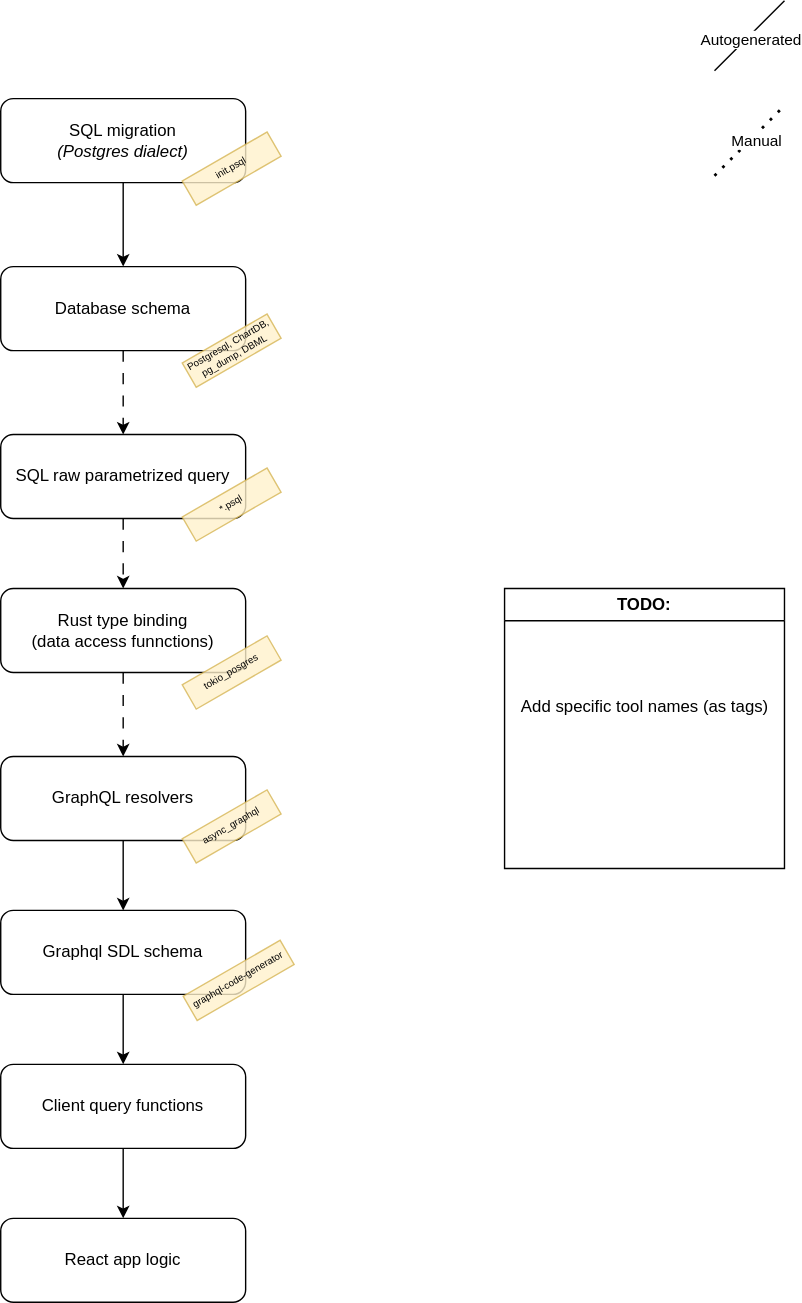
Above: docs/api-development-flow.drawio.svg in szn-app/donation-app (draw.io), before the change. Source tidied: cells renumbered, new cells last; positions are measured from the earlier drawing's top-left corner, leaving out a move shared by most shapes.
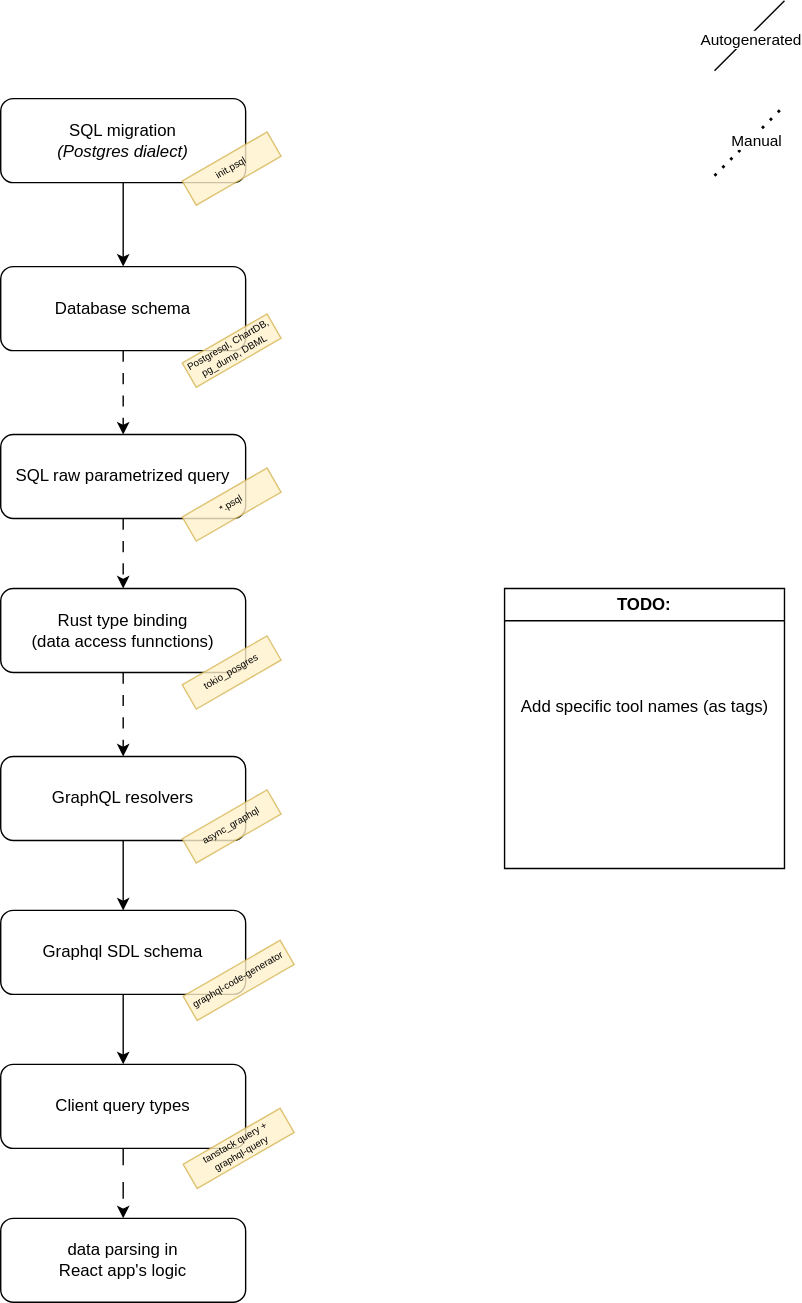
The same diagram one commit later.

Diff of the diagram source:
```diff
@@ -38,13 +38,13 @@
     <mxCell id="13" value="Graphql SDL schema" style="rounded=1;whiteSpace=wrap;html=1;" parent="1" vertex="1">
       <mxGeometry y="650" width="175" height="60" as="geometry" />
     </mxCell>
-    <mxCell id="14" style="edgeStyle=none;html=1;entryX=0.5;entryY=0;entryDx=0;entryDy=0;" parent="1" edge="1" source="15" target="16">
+    <mxCell id="14" style="edgeStyle=none;html=1;entryX=0.5;entryY=0;entryDx=0;entryDy=0;dashed=1;dashPattern=12 12;" parent="1" edge="1" source="15" target="16">
       <mxGeometry relative="1" as="geometry" />
     </mxCell>
-    <mxCell id="15" value="Client query functions" style="rounded=1;whiteSpace=wrap;html=1;" parent="1" vertex="1">
+    <mxCell id="15" value="Client query types" style="rounded=1;whiteSpace=wrap;html=1;" parent="1" vertex="1">
       <mxGeometry y="760" width="175" height="60" as="geometry" />
     </mxCell>
-    <mxCell id="16" value="React app logic" style="rounded=1;whiteSpace=wrap;html=1;" parent="1" vertex="1">
+    <mxCell id="16" value="data&amp;nbsp;&lt;span style=&quot;color: rgb(0, 0, 0);&quot;&gt;parsing in&amp;nbsp;&lt;br&gt;&lt;/span&gt;React app's logic" style="rounded=1;whiteSpace=wrap;html=1;" parent="1" vertex="1">
       <mxGeometry y="870" width="175" height="60" as="geometry" />
     </mxCell>
     <mxCell id="17" style="endArrow=none;dashed=1;html=1;dashPattern=1 3;strokeWidth=2;" parent="1" edge="1">
@@ -91,5 +91,8 @@
     <mxCell id="28" value="graphql-code-generator" style="text;html=1;fillColor=#fff2cc;align=center;verticalAlign=middle;whiteSpace=wrap;rounded=0;rotation=-30;strokeColor=#d6b656;glass=0;fillOpacity=100;strokeOpacity=100;opacity=80;arcSize=12;fontSize=7;" parent="1" vertex="1">
       <mxGeometry x="130" y="690" width="80" height="20" as="geometry" />
     </mxCell>
+    <mxCell id="29" value="tanstack query +&amp;nbsp;&lt;span style=&quot;color: rgb(0, 0, 0);&quot;&gt;graphql-query&lt;/span&gt;" style="text;html=1;fillColor=#fff2cc;align=center;verticalAlign=middle;whiteSpace=wrap;rounded=0;rotation=-30;strokeColor=#d6b656;glass=0;fillOpacity=100;strokeOpacity=100;opacity=80;arcSize=12;fontSize=7;" parent="1" vertex="1">
+      <mxGeometry x="130" y="810" width="80" height="20" as="geometry" />
+    </mxCell>
   </root>
 </mxGraphModel>
```
